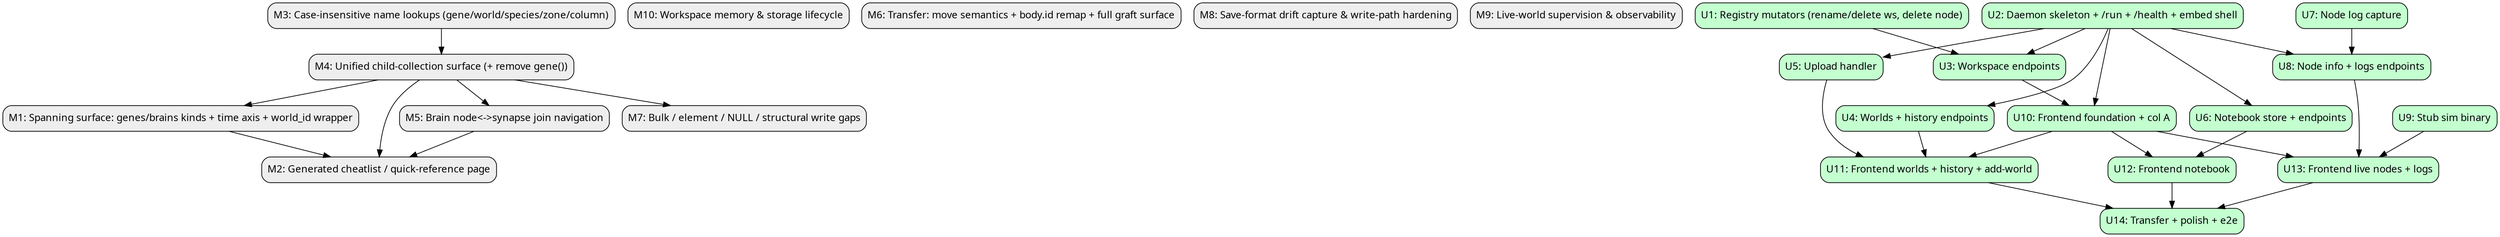
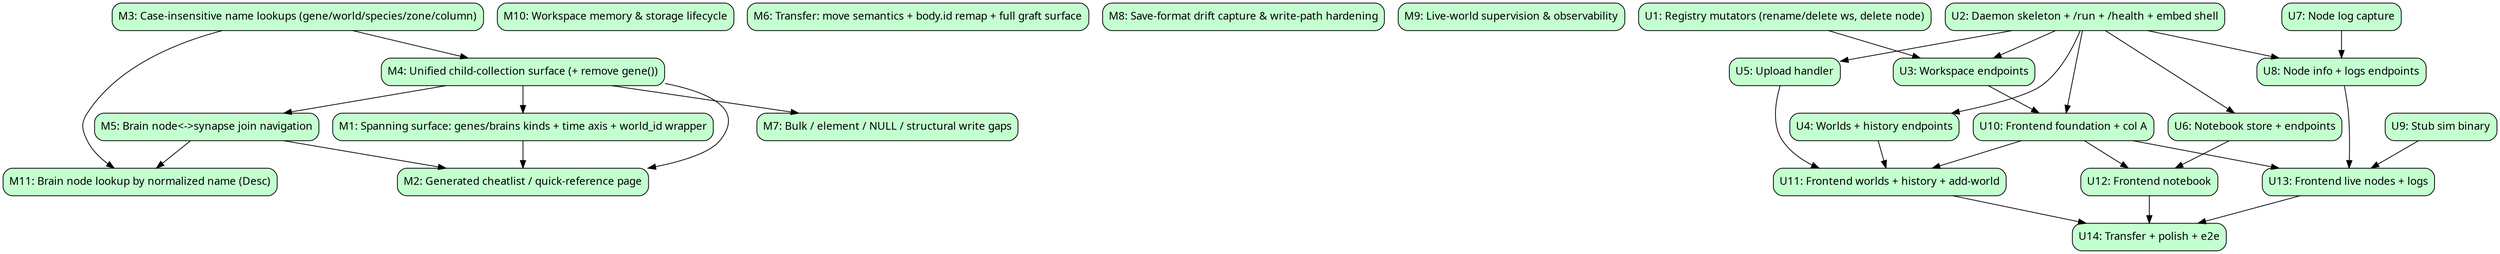
digraph tickets {
  rankdir=TB;
  node [shape=box, style="filled,rounded", fontname="sans-serif"];
-   "M1" [label="M1: Spanning surface: genes/brains kinds + time axis + world_id wrapper", fillcolor="#eeeeee"];
-   "M10" [label="M10: Workspace memory & storage lifecycle", fillcolor="#eeeeee"];
-   "M2" [label="M2: Generated cheatlist / quick-reference page", fillcolor="#eeeeee"];
-   "M3" [label="M3: Case-insensitive name lookups (gene/world/species/zone/column)", fillcolor="#eeeeee"];
-   "M4" [label="M4: Unified child-collection surface (+ remove gene())", fillcolor="#eeeeee"];
-   "M5" [label="M5: Brain node<->synapse join navigation", fillcolor="#eeeeee"];
-   "M6" [label="M6: Transfer: move semantics + body.id remap + full graft surface", fillcolor="#eeeeee"];
-   "M7" [label="M7: Bulk / element / NULL / structural write gaps", fillcolor="#eeeeee"];
-   "M8" [label="M8: Save-format drift capture & write-path hardening", fillcolor="#eeeeee"];
-   "M9" [label="M9: Live-world supervision & observability", fillcolor="#eeeeee"];
+   "M1" [label="M1: Spanning surface: genes/brains kinds + time axis + world_id wrapper", fillcolor="#c4ffd0"];
+   "M10" [label="M10: Workspace memory & storage lifecycle", fillcolor="#c4ffd0"];
+   "M11" [label="M11: Brain node lookup by normalized name (Desc)", fillcolor="#c4ffd0"];
+   "M2" [label="M2: Generated cheatlist / quick-reference page", fillcolor="#c4ffd0"];
+   "M3" [label="M3: Case-insensitive name lookups (gene/world/species/zone/column)", fillcolor="#c4ffd0"];
+   "M4" [label="M4: Unified child-collection surface (+ remove gene())", fillcolor="#c4ffd0"];
+   "M5" [label="M5: Brain node<->synapse join navigation", fillcolor="#c4ffd0"];
+   "M6" [label="M6: Transfer: move semantics + body.id remap + full graft surface", fillcolor="#c4ffd0"];
+   "M7" [label="M7: Bulk / element / NULL / structural write gaps", fillcolor="#c4ffd0"];
+   "M8" [label="M8: Save-format drift capture & write-path hardening", fillcolor="#c4ffd0"];
+   "M9" [label="M9: Live-world supervision & observability", fillcolor="#c4ffd0"];
  "U1" [label="U1: Registry mutators (rename/delete ws, delete node)", fillcolor="#c4ffd0"];
  "U10" [label="U10: Frontend foundation + col A", fillcolor="#c4ffd0"];
  "U11" [label="U11: Frontend worlds + history + add-world", fillcolor="#c4ffd0"];
  "U12" [label="U12: Frontend notebook", fillcolor="#c4ffd0"];
  "U13" [label="U13: Frontend live nodes + logs", fillcolor="#c4ffd0"];
  "U14" [label="U14: Transfer + polish + e2e", fillcolor="#c4ffd0"];
  "U2" [label="U2: Daemon skeleton + /run + /health + embed shell", fillcolor="#c4ffd0"];
  "U3" [label="U3: Workspace endpoints", fillcolor="#c4ffd0"];
  "U4" [label="U4: Worlds + history endpoints", fillcolor="#c4ffd0"];
  "U5" [label="U5: Upload handler", fillcolor="#c4ffd0"];
  "U6" [label="U6: Notebook store + endpoints", fillcolor="#c4ffd0"];
  "U7" [label="U7: Node log capture", fillcolor="#c4ffd0"];
  "U8" [label="U8: Node info + logs endpoints", fillcolor="#c4ffd0"];
  "U9" [label="U9: Stub sim binary", fillcolor="#c4ffd0"];
  "M4" -> "M1";
+   "M3" -> "M11";
+   "M5" -> "M11";
  "M1" -> "M2";
  "M4" -> "M2";
  "M5" -> "M2";
  "M3" -> "M4";
  "M4" -> "M5";
  "M4" -> "M7";
  "U2" -> "U10";
  "U3" -> "U10";
  "U10" -> "U11";
  "U4" -> "U11";
  "U5" -> "U11";
  "U10" -> "U12";
  "U6" -> "U12";
  "U10" -> "U13";
  "U8" -> "U13";
  "U9" -> "U13";
  "U11" -> "U14";
  "U12" -> "U14";
  "U13" -> "U14";
  "U1" -> "U3";
  "U2" -> "U3";
  "U2" -> "U4";
  "U2" -> "U5";
  "U2" -> "U6";
  "U2" -> "U8";
  "U7" -> "U8";
}
